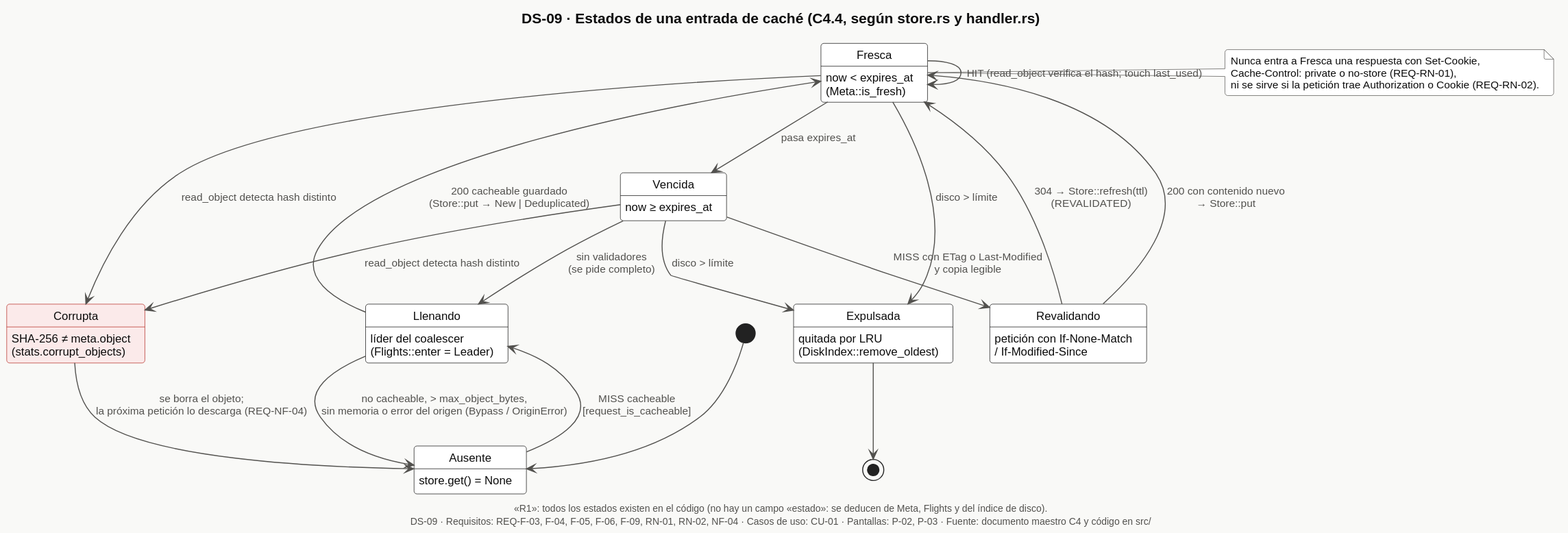
Nick-Saim-MJ/Project-Celeris keeps this PlantUML diagram as docs/software/e1/diagramas/svg/DS-09-estados-entrada-cache.svg. Above is the earlier version. The source it was exported from:
```plantuml
@startuml
!include _estilo.iuml
title DS-09 · Estados de una entrada de caché (C4.4, según store.rs y handler.rs)
caption «R1»: todos los estados existen en el código (no hay un campo «estado»: se deducen de Meta, Flights y del índice de disco).

[*] --> Ausente
state Ausente : store.get() = None
state Llenando : líder del coalescer\n(Flights::enter = Leader)
state Fresca : now < expires_at\n(Meta::is_fresh)
state Vencida : now ≥ expires_at
state Revalidando : petición con If-None-Match\n/ If-Modified-Since
state Corrupta <<error>> : SHA-256 ≠ meta.object\n(stats.corrupt_objects)
state Expulsada : quitada por LRU\n(DiskIndex::remove_oldest)

Ausente --> Llenando : MISS cacheable\n[request_is_cacheable]
Llenando --> Fresca : 200 cacheable guardado\n(Store::put → New | Deduplicated)
Llenando --> Ausente : no cacheable, > max_object_bytes,\nsin memoria o error del origen (Bypass / OriginError)
Fresca --> Vencida : pasa expires_at
Fresca --> Fresca : HIT (read_object verifica el hash; touch last_used)
Vencida --> Revalidando : MISS con ETag o Last-Modified\ny copia legible
Vencida --> Llenando : sin validadores\n(se pide completo)
Revalidando --> Fresca : 304 → Store::refresh(ttl)\n(REVALIDATED)
Revalidando --> Fresca : 200 con contenido nuevo\n→ Store::put
Fresca --> Corrupta : read_object detecta hash distinto
Vencida --> Corrupta : read_object detecta hash distinto
Corrupta --> Ausente : se borra el objeto;\nla próxima petición lo descarga (REQ-NF-04)
Fresca --> Expulsada : disco > límite
Vencida --> Expulsada : disco > límite
Expulsada --> [*]

note right of Fresca
  Nunca entra a Fresca una respuesta con Set-Cookie,
  Cache-Control: private o no-store (REQ-RN-01),
  ni se sirve si la petición trae Authorization o Cookie (REQ-RN-02).
end note

$pie("DS-09", "REQ-F-03, F-04, F-05, F-06, F-09, RN-01, RN-02, NF-04", "CU-01", "P-02, P-03")
@enduml
```
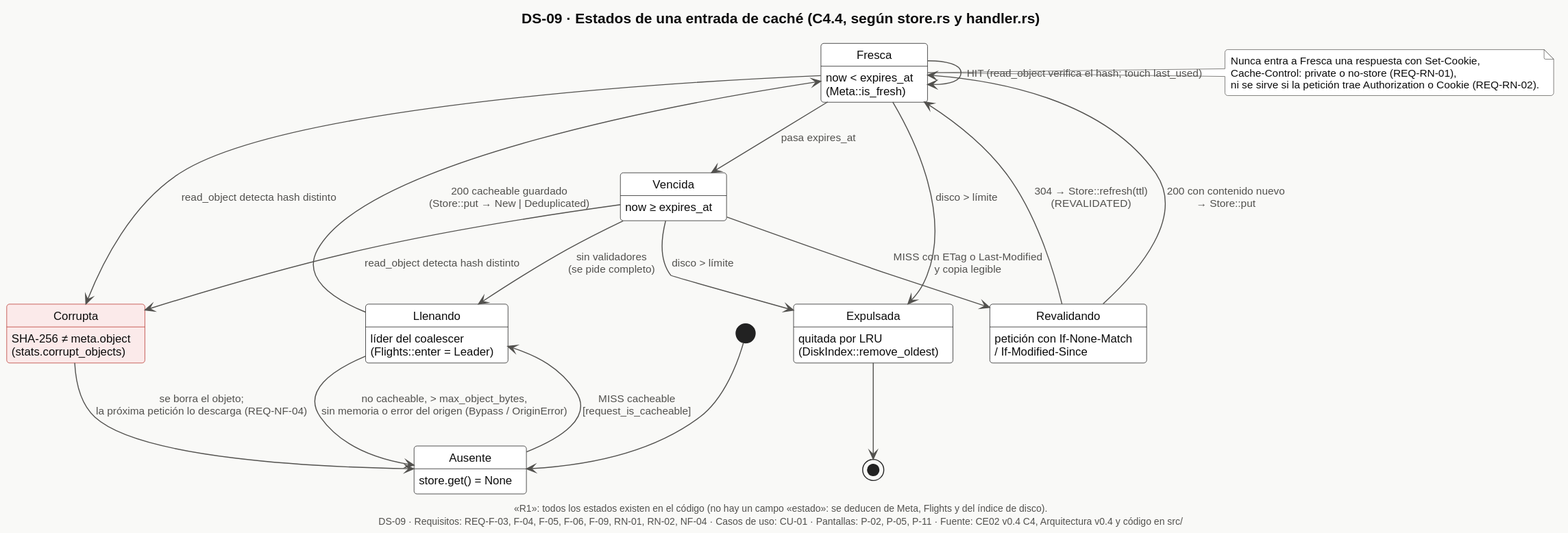
Above is the later version.

Change to the diagram source:
```diff
@@ -34,5 +34,5 @@
   ni se sirve si la petición trae Authorization o Cookie (REQ-RN-02).
 end note
 
-$pie("DS-09", "REQ-F-03, F-04, F-05, F-06, F-09, RN-01, RN-02, NF-04", "CU-01", "P-02, P-03")
+$pie("DS-09", "REQ-F-03, F-04, F-05, F-06, F-09, RN-01, RN-02, NF-04", "CU-01", "P-02, P-05, P-11")
 @enduml
```
